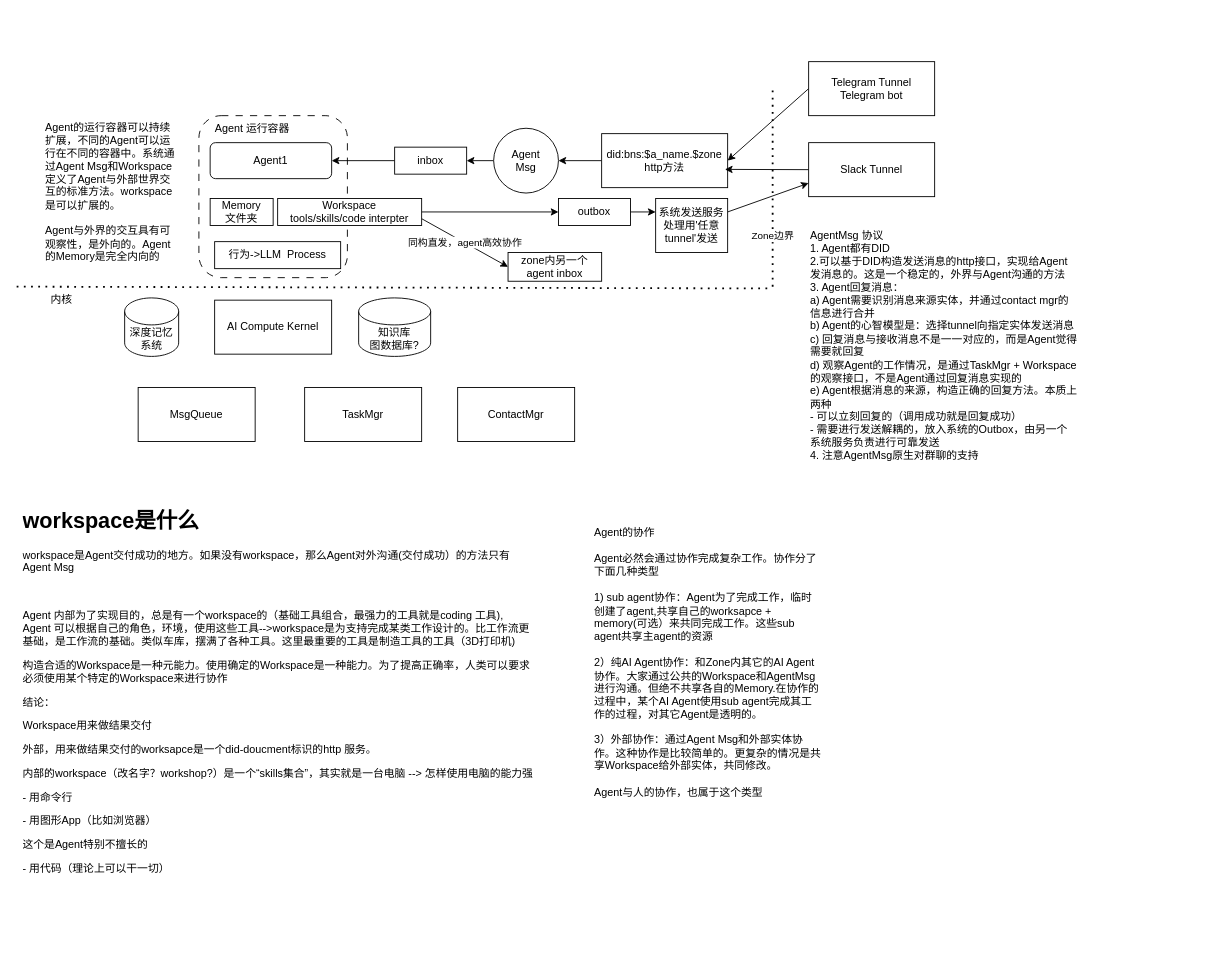
Earlier version of the draw.io diagram page "Agent App" (6 of 8) of doc/arch/BuckyOS Architecture.drawio (buckyos/buckyos). Source tidied: cells renumbered, new cells numbered last; positions are measured from the earlier drawing's top-left corner, leaving out a move shared by most shapes. Both pictures are drawn from the tidied source at 90%, with x=0, y=0 at pixel (16, 61).
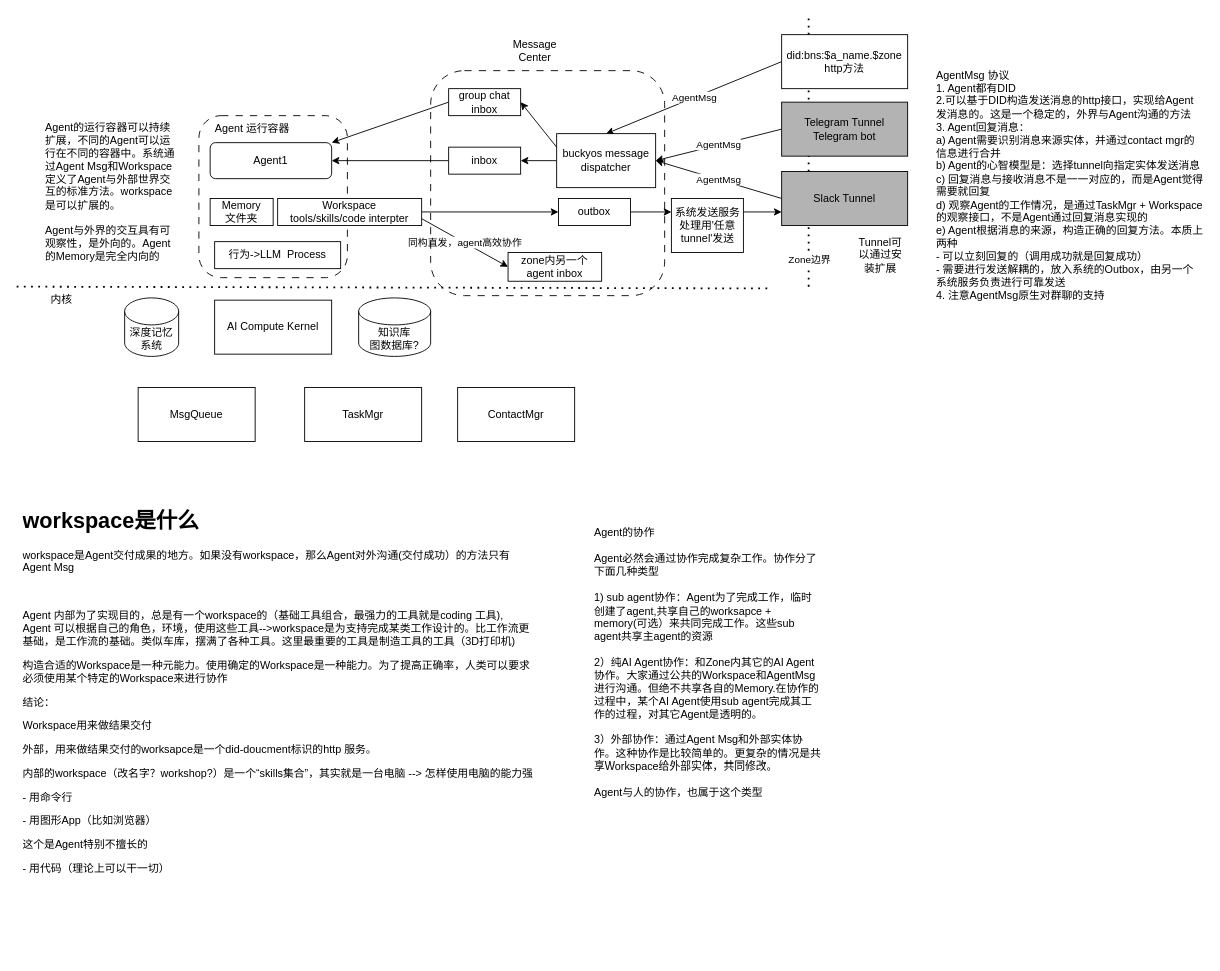
After the change.

Unchanged cells that the change refers to:
```xml
<mxCell id="7" value="Agent1" style="rounded=1;whiteSpace=wrap;html=1;" parent="1" vertex="1">
  <mxGeometry x="215" y="90" width="135" height="40" as="geometry" />
</mxCell>
```

Change to the diagram source:
```diff
@@
+    <mxCell id="32" style="endArrow=none;dashed=1;html=1;dashPattern=1 3;strokeWidth=2;" parent="1" edge="1">
+      <mxGeometry relative="1" as="geometry">
+        <mxPoint x="880" y="250" as="sourcePoint" />
+        <mxPoint x="880" y="-50" as="targetPoint" />
+      </mxGeometry>
+    </mxCell>
+    <mxCell id="33" value="Zone边界" style="edgeLabel;html=1;align=center;verticalAlign=middle;" parent="32" vertex="1">
+      <mxGeometry x="-0.48" y="1" relative="1" as="geometry">
+        <mxPoint x="1" y="47" as="offset" />
+      </mxGeometry>
+    </mxCell>
@@
-    <mxCell id="16" style="edgeStyle=none;html=1;exitX=0;exitY=0.5;exitDx=0;exitDy=0;entryX=1;entryY=0.5;entryDx=0;entryDy=0;" parent="1" edge="1" source="17" target="24">
-      <mxGeometry relative="1" as="geometry" />
-    </mxCell>
-    <mxCell id="17" value="Agent&lt;br&gt;Msg" style="ellipse;whiteSpace=wrap;html=1;" parent="1" vertex="1">
-      <mxGeometry x="530" y="74" width="72" height="72" as="geometry" />
-    </mxCell>
@@
     <mxCell id="20" value="AgentMsg 协议&lt;div&gt;1. Agent都有DID&lt;/div&gt;&lt;div&gt;2.可以基于DID构造发送消息的http接口，实现给Agent发消息的。这是一个稳定的，外界与Agent沟通的方法&lt;/div&gt;&lt;div&gt;3. Agent回复消息：&lt;/div&gt;&lt;div&gt;a) Agent需要识别消息来源实体，并通过contact mgr的信息进行合并&lt;/div&gt;&lt;div&gt;b) Agent的心智模型是：选择tunnel向指定实体发送消息&lt;/div&gt;&lt;div&gt;c) 回复消息与接收消息不是一一对应的，而是Agent觉得需要就回复&lt;/div&gt;&lt;div&gt;d) 观察Agent的工作情况，是通过TaskMgr + Workspace的观察接口，不是Agent通过回复消息实现的&lt;/div&gt;&lt;div&gt;e) Agent根据消息的来源，构造正确的回复方法。本质上两种&lt;br&gt;- 可以立刻回复的（调用成功就是回复成功）&lt;/div&gt;&lt;div&gt;- 需要进行发送解耦的，放入系统的Outbox，由另一个系统服务负责进行可靠发送&lt;/div&gt;&lt;div&gt;4. 注意AgentMsg原生对群聊的支持&lt;/div&gt;&lt;div&gt;&lt;br&gt;&lt;/div&gt;&lt;div&gt;&lt;br&gt;&lt;/div&gt;" style="text;html=1;align=left;verticalAlign=middle;whiteSpace=wrap;rounded=0;" parent="1" vertex="1">
-      <mxGeometry x="880" y="230" width="300" height="200" as="geometry" />
+      <mxGeometry x="1020" y="-27" width="300" height="358" as="geometry" />
     </mxCell>
-    <mxCell id="21" style="edgeStyle=none;html=1;entryX=1;entryY=0.5;entryDx=0;entryDy=0;" parent="1" edge="1" source="22" target="17">
-      <mxGeometry relative="1" as="geometry" />
-    </mxCell>
+    <mxCell id="39" value="AgentMsg" style="edgeStyle=none;html=1;exitX=0;exitY=0.5;exitDx=0;exitDy=0;entryX=0.5;entryY=0;entryDx=0;entryDy=0;" parent="1" edge="1" source="22" target="46">
+      <mxGeometry relative="1" as="geometry" />
+    </mxCell>
     <mxCell id="22" value="did:bns:$a_name.$zone&lt;div&gt;http方法&lt;/div&gt;" style="rounded=0;whiteSpace=wrap;html=1;" parent="1" vertex="1">
-      <mxGeometry x="650" y="80" width="140" height="60" as="geometry" />
+      <mxGeometry x="850" y="-30" width="140" height="60" as="geometry" />
     </mxCell>
@@
     <mxCell id="24" value="inbox" style="rounded=0;whiteSpace=wrap;html=1;" parent="1" vertex="1">
-      <mxGeometry x="420" y="95" width="80" height="30" as="geometry" />
+      <mxGeometry x="480" y="95" width="80" height="30" as="geometry" />
     </mxCell>
-    <mxCell id="25" style="edgeStyle=none;html=1;entryX=1;entryY=0.5;entryDx=0;entryDy=0;exitX=0;exitY=0.5;exitDx=0;exitDy=0;" parent="1" edge="1" source="26" target="22">
-      <mxGeometry relative="1" as="geometry" />
-    </mxCell>
+    <mxCell id="40" value="AgentMsg" style="edgeStyle=none;html=1;exitX=0;exitY=0.5;exitDx=0;exitDy=0;entryX=1;entryY=0.5;entryDx=0;entryDy=0;" parent="1" edge="1" source="26" target="46">
+      <mxGeometry relative="1" as="geometry" />
+    </mxCell>
-    <mxCell id="26" value="Telegram Tunnel&lt;div&gt;Telegram bot&lt;/div&gt;" style="rounded=0;whiteSpace=wrap;html=1;" parent="1" vertex="1">
-      <mxGeometry x="880" width="140" height="60" as="geometry" />
+    <mxCell id="26" value="Telegram Tunnel&lt;div&gt;Telegram bot&lt;/div&gt;" style="rounded=0;whiteSpace=wrap;html=1;fillColor=#B3B3B3;" parent="1" vertex="1">
+      <mxGeometry x="850" y="45" width="140" height="60" as="geometry" />
     </mxCell>
@@
+    <mxCell id="41" value="AgentMsg" style="edgeStyle=none;html=1;exitX=0;exitY=0.5;exitDx=0;exitDy=0;entryX=1;entryY=0.5;entryDx=0;entryDy=0;" parent="1" edge="1" source="30" target="46">
+      <mxGeometry relative="1" as="geometry" />
+    </mxCell>
-    <mxCell id="30" value="Slack Tunnel" style="rounded=0;whiteSpace=wrap;html=1;" parent="1" vertex="1">
-      <mxGeometry x="880" y="90" width="140" height="60" as="geometry" />
+    <mxCell id="30" value="Slack Tunnel" style="rounded=0;whiteSpace=wrap;html=1;fillColor=#B3B3B3;" parent="1" vertex="1">
+      <mxGeometry x="850" y="122" width="140" height="60" as="geometry" />
     </mxCell>
-    <mxCell id="31" style="edgeStyle=none;html=1;exitX=0;exitY=0.5;exitDx=0;exitDy=0;entryX=0.978;entryY=0.662;entryDx=0;entryDy=0;entryPerimeter=0;" parent="1" edge="1" source="30" target="22">
-      <mxGeometry relative="1" as="geometry" />
-    </mxCell>
-    <mxCell id="32" style="endArrow=none;dashed=1;html=1;dashPattern=1 3;strokeWidth=2;" parent="1" edge="1">
-      <mxGeometry relative="1" as="geometry">
-        <mxPoint x="840" y="250" as="sourcePoint" />
-        <mxPoint x="840" y="30" as="targetPoint" />
-      </mxGeometry>
-    </mxCell>
-    <mxCell id="33" value="Zone边界" style="edgeLabel;html=1;align=center;verticalAlign=middle;" parent="32" vertex="1">
-      <mxGeometry x="-0.48" y="1" relative="1" as="geometry" />
-    </mxCell>
@@
     <mxCell id="35" value="系统发送服务&lt;div&gt;处理用'任意tunnel'发送&lt;/div&gt;" style="rounded=0;whiteSpace=wrap;html=1;" parent="1" vertex="1">
-      <mxGeometry x="710" y="152" width="80" height="60" as="geometry" />
+      <mxGeometry x="727.5" y="152" width="80" height="60" as="geometry" />
     </mxCell>
@@
-    <mxCell id="38" value="&lt;h1 style=&quot;margin-top: 0px;&quot;&gt;workspace是什么&lt;/h1&gt;&lt;p&gt;workspace是Agent交付成功的地方。如果没有workspace，那么Agent对外沟通(交付成功）的方法只有Agent Msg&lt;/p&gt;&lt;p&gt;&lt;br&gt;&lt;/p&gt;&lt;p&gt;Agent 内部为了实现目的，总是有一个workspace的（基础工具组合，最强力的工具就是coding 工具), Agent 可以根据自己的角色，环境，使用这些工具--&amp;gt;workspace是为支持完成某类工作设计的。比工作流更基础，是工作流的基础。类似车库，摆满了各种工具。这里最重要的工具是制造工具的工具（3D打印机)&lt;/p&gt;&lt;p&gt;构造合适的Workspace是一种元能力。使用确定的Workspace是一种能力。为了提高正确率，人类可以要求必须使用某个特定的Workspace来进行协作&lt;/p&gt;&lt;p&gt;结论：&lt;/p&gt;&lt;p&gt;Workspace用来做结果交付&lt;/p&gt;&lt;p&gt;外部，用来做结果交付的worksapce是一个did-doucment标识的http 服务。&lt;/p&gt;&lt;p&gt;内部的workspace（改名字？workshop?）是一个“skills集合”，其实就是一台电脑 --&amp;gt; 怎样使用电脑的能力强&lt;/p&gt;&lt;p&gt;- 用命令行&lt;/p&gt;&lt;p&gt;- 用图形App（比如浏览器）&lt;/p&gt;&lt;p&gt;这个是Agent特别不擅长的&lt;/p&gt;&lt;p&gt;- 用代码（理论上可以干一切）&lt;/p&gt;&lt;p&gt;&lt;br&gt;&lt;/p&gt;&lt;p&gt;&lt;br&gt;&lt;/p&gt;" style="text;html=1;whiteSpace=wrap;overflow=hidden;rounded=0;" parent="1" vertex="1">
+    <mxCell id="38" value="&lt;h1 style=&quot;margin-top: 0px;&quot;&gt;workspace是什么&lt;/h1&gt;&lt;p&gt;workspace是Agent交付成果的地方。如果没有workspace，那么Agent对外沟通(交付成功）的方法只有Agent Msg&lt;/p&gt;&lt;p&gt;&lt;br&gt;&lt;/p&gt;&lt;p&gt;Agent 内部为了实现目的，总是有一个workspace的（基础工具组合，最强力的工具就是coding 工具), Agent 可以根据自己的角色，环境，使用这些工具--&amp;gt;workspace是为支持完成某类工作设计的。比工作流更基础，是工作流的基础。类似车库，摆满了各种工具。这里最重要的工具是制造工具的工具（3D打印机)&lt;/p&gt;&lt;p&gt;构造合适的Workspace是一种元能力。使用确定的Workspace是一种能力。为了提高正确率，人类可以要求必须使用某个特定的Workspace来进行协作&lt;/p&gt;&lt;p&gt;结论：&lt;/p&gt;&lt;p&gt;Workspace用来做结果交付&lt;/p&gt;&lt;p&gt;外部，用来做结果交付的worksapce是一个did-doucment标识的http 服务。&lt;/p&gt;&lt;p&gt;内部的workspace（改名字？workshop?）是一个“skills集合”，其实就是一台电脑 --&amp;gt; 怎样使用电脑的能力强&lt;/p&gt;&lt;p&gt;- 用命令行&lt;/p&gt;&lt;p&gt;- 用图形App（比如浏览器）&lt;/p&gt;&lt;p&gt;这个是Agent特别不擅长的&lt;/p&gt;&lt;p&gt;- 用代码（理论上可以干一切）&lt;/p&gt;&lt;p&gt;&lt;br&gt;&lt;/p&gt;&lt;p&gt;&lt;br&gt;&lt;/p&gt;" style="text;html=1;whiteSpace=wrap;overflow=hidden;rounded=0;" parent="1" vertex="1">
       <mxGeometry x="5" y="490" width="570" height="500" as="geometry" />
     </mxCell>
+    <mxCell id="42" style="edgeStyle=none;html=1;entryX=1;entryY=0;entryDx=0;entryDy=0;exitX=0;exitY=0.5;exitDx=0;exitDy=0;" parent="1" edge="1" source="43" target="7">
+      <mxGeometry relative="1" as="geometry" />
+    </mxCell>
+    <mxCell id="43" value="group chat inbox" style="rounded=0;whiteSpace=wrap;html=1;" parent="1" vertex="1">
+      <mxGeometry x="480" y="30" width="80" height="30" as="geometry" />
+    </mxCell>
+    <mxCell id="44" style="edgeStyle=none;html=1;exitX=0;exitY=0.5;exitDx=0;exitDy=0;" parent="1" edge="1" source="46" target="24">
+      <mxGeometry relative="1" as="geometry" />
+    </mxCell>
+    <mxCell id="45" style="edgeStyle=none;html=1;exitX=0;exitY=0.25;exitDx=0;exitDy=0;entryX=1;entryY=0.5;entryDx=0;entryDy=0;" parent="1" edge="1" source="46" target="43">
+      <mxGeometry relative="1" as="geometry" />
+    </mxCell>
+    <mxCell id="46" value="buckyos message dispatcher" style="rounded=0;whiteSpace=wrap;html=1;" parent="1" vertex="1">
+      <mxGeometry x="600" y="80" width="110" height="60" as="geometry" />
+    </mxCell>
+    <mxCell id="47" value="Tunnel可以通过安装扩展" style="text;html=1;align=center;verticalAlign=middle;whiteSpace=wrap;rounded=0;" parent="1" vertex="1">
+      <mxGeometry x="930" y="200" width="60" height="30" as="geometry" />
+    </mxCell>
+    <mxCell id="48" style="rounded=1;whiteSpace=wrap;html=1;fillColor=none;dashed=1;dashPattern=8 8;" parent="1" vertex="1">
+      <mxGeometry x="460" y="10" width="260" height="250" as="geometry" />
+    </mxCell>
+    <mxCell id="49" value="Message Center" style="text;html=1;align=center;verticalAlign=middle;whiteSpace=wrap;rounded=0;" parent="1" vertex="1">
+      <mxGeometry x="546" y="-27" width="60" height="30" as="geometry" />
+    </mxCell>
```
